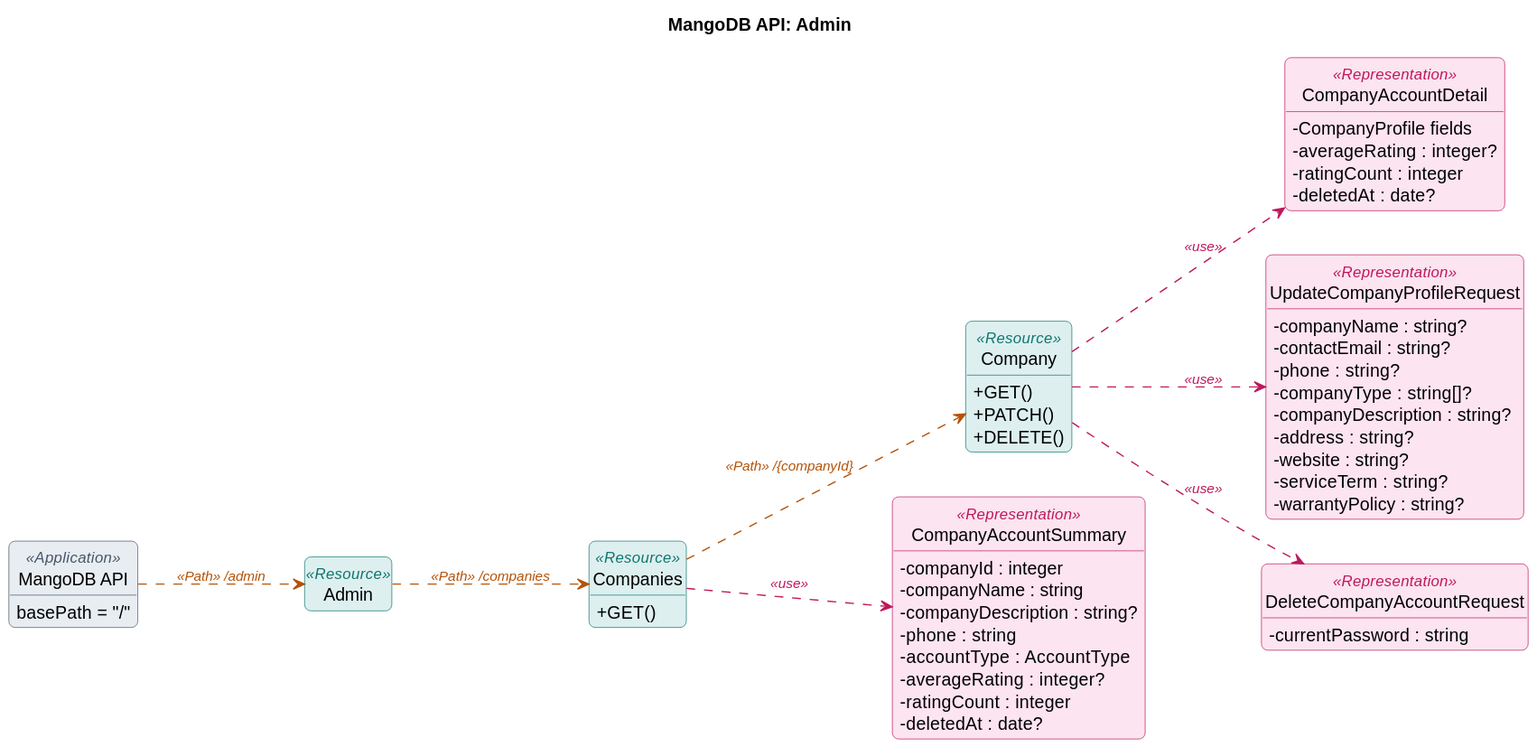
This is docs/api/uml/admin.svg from taofuuu/MangoDB, a PlantUML export, as it was before one commit.
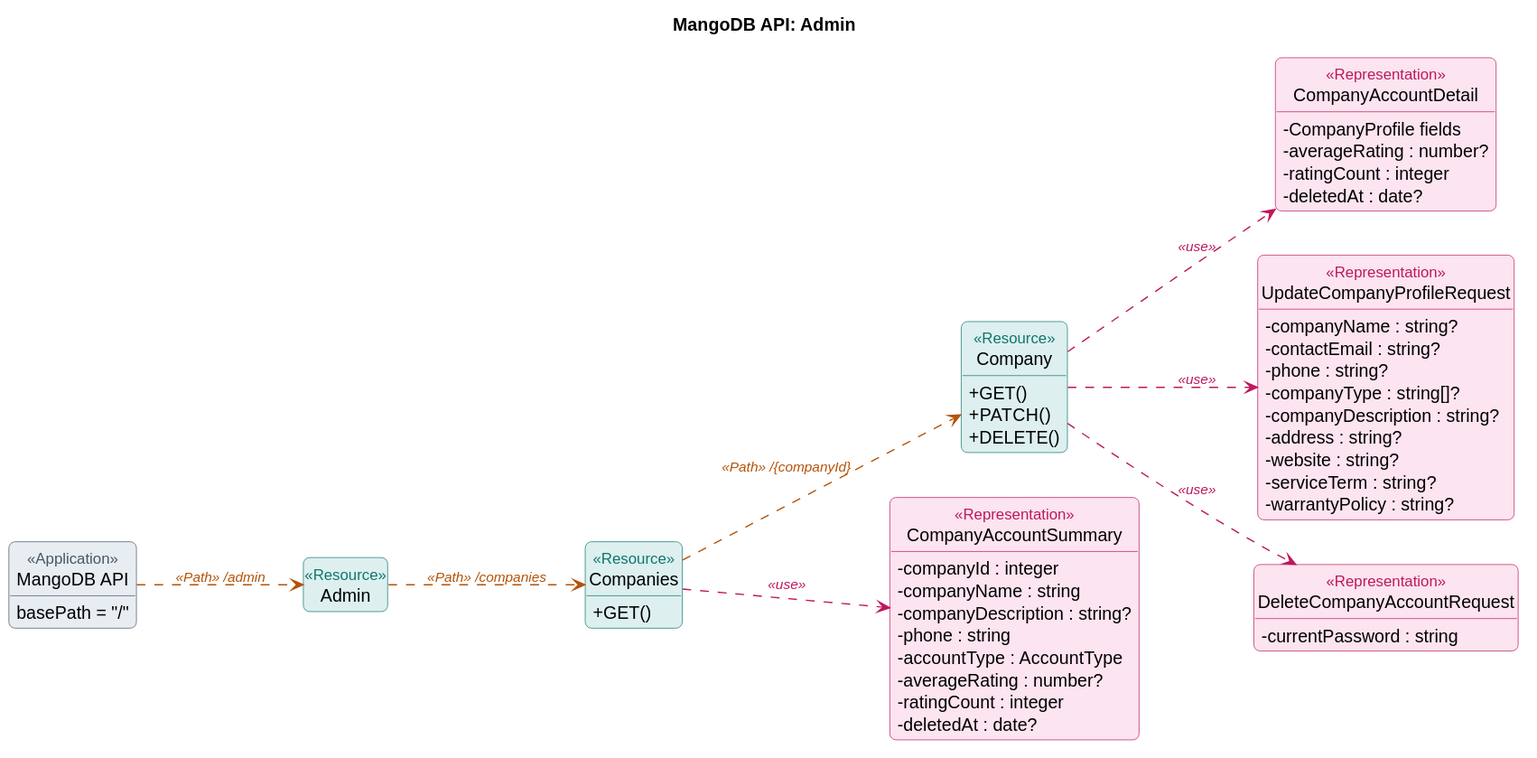
Above is the later version.

Commit message:
docs(api): averageRating is a number, not an integer

Diff of the diagram source:
```diff
@@ -39,13 +39,13 @@
   -companyDescription : string?
   -phone : string
   -accountType : AccountType
-  -averageRating : integer?
+  -averageRating : number?
   -ratingCount : integer
   -deletedAt : date?
 }
 class "CompanyAccountDetail" as CompanyAccountDetailRep <<Representation>> {
   -CompanyProfile fields
-  -averageRating : integer?
+  -averageRating : number?
   -ratingCount : integer
   -deletedAt : date?
 }
```
